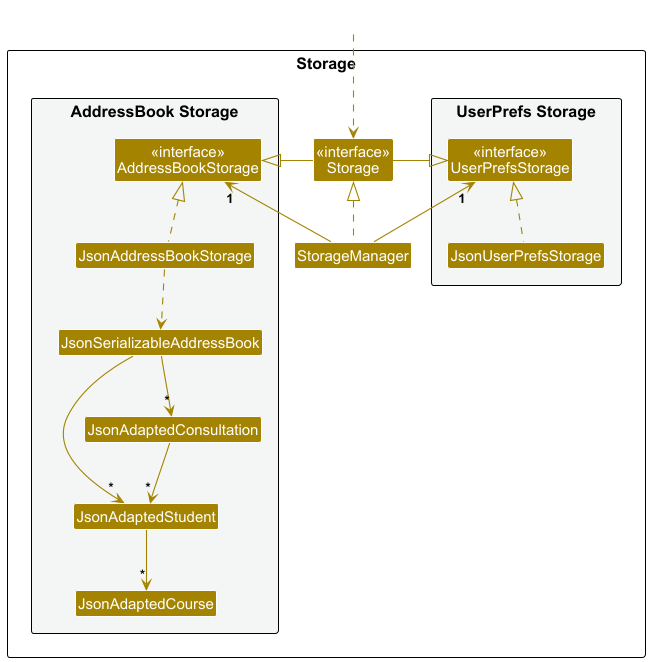
Above: docs/images/StorageClassDiagram.png in nus-cs2103-AY2425S1/tp (PlantUML), before the change.
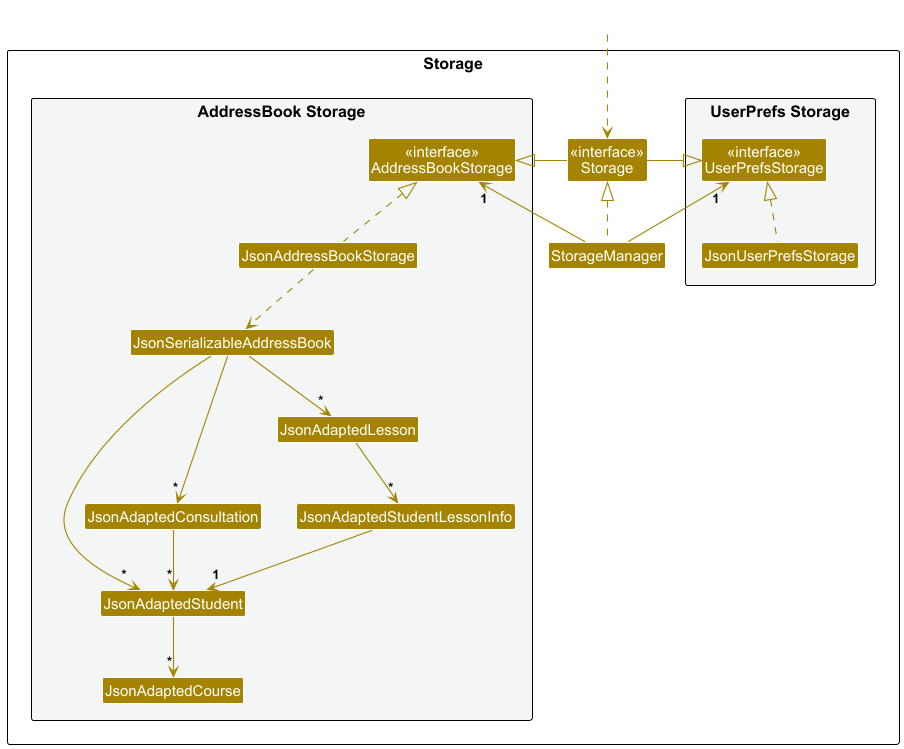
After the change.

Diff of the diagram source:
```diff
@@ -20,7 +20,9 @@
 Class JsonSerializableAddressBook
 Class JsonAdaptedStudent
 Class JsonAdaptedConsultation
+Class JsonAdaptedLesson
 Class JsonAdaptedCourse
+Class JsonAdaptedStudentLessonInfo
 }
 
 }
@@ -40,7 +42,10 @@
 JsonAddressBookStorage ..> JsonSerializableAddressBook
 JsonSerializableAddressBook --> "*" JsonAdaptedStudent
 JsonSerializableAddressBook --> "*" JsonAdaptedConsultation
+JsonSerializableAddressBook --> "*" JsonAdaptedLesson
 JsonAdaptedStudent --> "*" JsonAdaptedCourse
 JsonAdaptedConsultation --> "*" JsonAdaptedStudent
+JsonAdaptedLesson --> "*" JsonAdaptedStudentLessonInfo
+JsonAdaptedStudentLessonInfo --> "1" JsonAdaptedStudent
 
 @enduml
```
